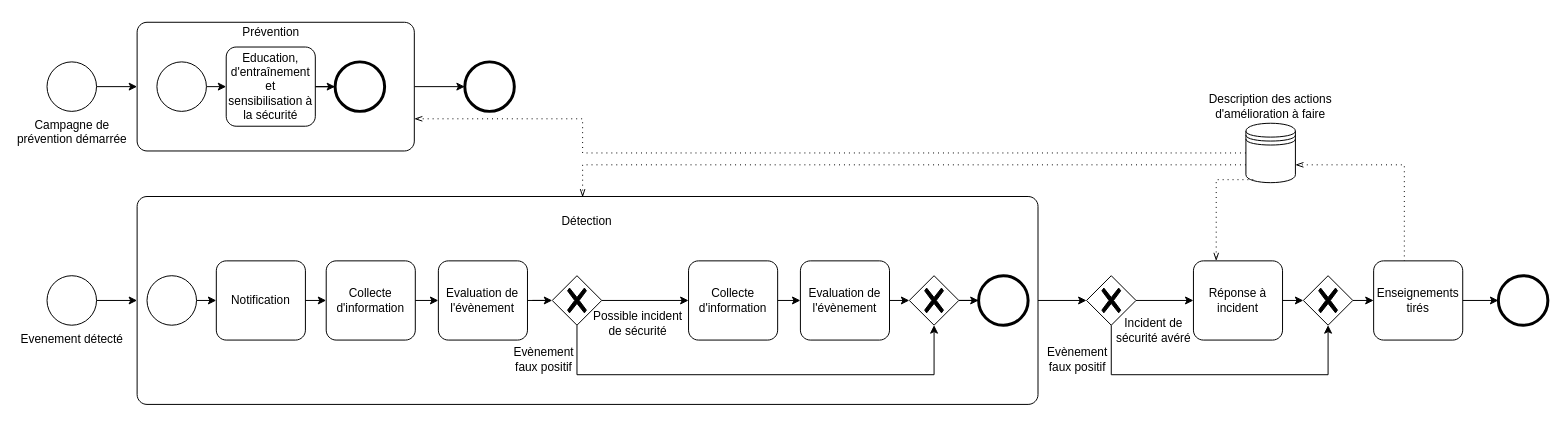
The draw.io diagram standards/ISO27035.drawio in netmme/cyber-diagramme-d-activites, before the edit. Source tidied: cells renumbered, new cells numbered last; positions are measured from the earlier drawing's top-left corner, leaving out a move shared by most shapes. Both pictures are drawn from the tidied source at 99%, with x=0, y=0 at pixel (47, 17).
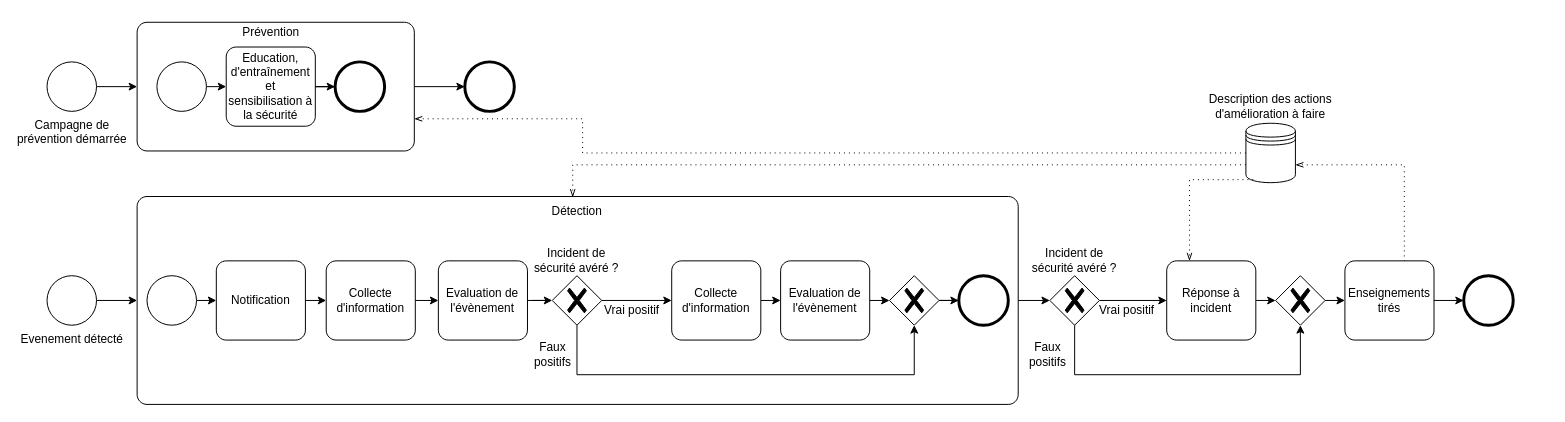
The same page after the edit.

Commit message:
correction xou

Unchanged cells that the change refers to:
```xml
<mxCell id="22" style="points=[[0.25,0.25,0],[0.5,0,0],[0.75,0.25,0],[1,0.5,0],[0.75,0.75,0],[0.5,1,0],[0.25,0.75,0],[0,0.5,0]];shape=mxgraph.bpmn.gateway2;html=1;verticalLabelPosition=bottom;labelBackgroundColor=#ffffff;verticalAlign=top;align=center;perimeter=rhombusPerimeter;outlineConnect=0;outline=none;symbol=none;gwType=exclusive;" parent="1" vertex="1">
  <mxGeometry x="510.3" y="261" width="50" height="50" as="geometry" />
</mxCell>
<mxCell id="40" style="shape=datastore;html=1;labelPosition=center;verticalLabelPosition=bottom;align=center;verticalAlign=top;" parent="1" vertex="1">
  <mxGeometry x="1211" y="107" width="50" height="60" as="geometry" />
</mxCell>
```

The edit, as a diff of the source:
```diff
@@
     <mxCell id="5" style="points=[[0.25,0,0],[0.5,0,0],[0.75,0,0],[1,0.25,0],[1,0.5,0],[1,0.75,0],[0.75,1,0],[0.5,1,0],[0.25,1,0],[0,0.75,0],[0,0.5,0],[0,0.25,0]];shape=mxgraph.bpmn.task;whiteSpace=wrap;rectStyle=rounded;size=10;html=1;taskMarker=abstract;" parent="1" vertex="1">
-      <mxGeometry x="91" y="181" width="910" height="210" as="geometry" />
+      <mxGeometry x="91" y="181" width="890" height="210" as="geometry" />
     </mxCell>
@@
     <mxCell id="9" style="points=[[0.25,0.25,0],[0.5,0,0],[0.75,0.25,0],[1,0.5,0],[0.75,0.75,0],[0.5,1,0],[0.25,0.75,0],[0,0.5,0]];shape=mxgraph.bpmn.gateway2;html=1;verticalLabelPosition=bottom;labelBackgroundColor=#ffffff;verticalAlign=top;align=center;perimeter=rhombusPerimeter;outlineConnect=0;outline=none;symbol=none;gwType=exclusive;" parent="1" vertex="1">
-      <mxGeometry x="871" y="261" width="50" height="50" as="geometry" />
+      <mxGeometry x="851" y="261" width="50" height="50" as="geometry" />
     </mxCell>
@@
     <mxCell id="11" style="points=[[0.25,0.25,0],[0.5,0,0],[0.75,0.25,0],[1,0.5,0],[0.75,0.75,0],[0.5,1,0],[0.25,0.75,0],[0,0.5,0]];shape=mxgraph.bpmn.gateway2;html=1;verticalLabelPosition=bottom;labelBackgroundColor=#ffffff;verticalAlign=top;align=center;perimeter=rhombusPerimeter;outlineConnect=0;outline=none;symbol=none;gwType=exclusive;" parent="1" vertex="1">
-      <mxGeometry x="1269" y="261" width="50" height="50" as="geometry" />
+      <mxGeometry x="1241" y="261" width="50" height="50" as="geometry" />
     </mxCell>
     <mxCell id="12" style="edgeStyle=orthogonalEdgeStyle;rounded=0;jettySize=auto;html=1;exitX=0.5;exitY=1;exitDx=0;exitDy=0;exitPerimeter=0;entryX=0.5;entryY=1;entryDx=0;entryDy=0;entryPerimeter=0;" parent="1" edge="1" source="22" target="9">
       <mxGeometry relative="1" as="geometry">
         <Array as="points">
           <mxPoint x="535" y="361" />
-          <mxPoint x="896" y="361" />
+          <mxPoint x="876" y="361" />
         </Array>
       </mxGeometry>
     </mxCell>
     <mxCell id="13" style="points=[[0.145,0.145,0],[0.5,0,0],[0.855,0.145,0],[1,0.5,0],[0.855,0.855,0],[0.5,1,0],[0.145,0.855,0],[0,0.5,0]];shape=mxgraph.bpmn.event;html=1;verticalLabelPosition=bottom;labelBackgroundColor=#ffffff;verticalAlign=top;align=center;perimeter=ellipsePerimeter;outlineConnect=0;outline=end;symbol=terminate2;" parent="1" vertex="1">
-      <mxGeometry x="1466" y="261" width="50" height="50" as="geometry" />
+      <mxGeometry x="1431" y="261" width="50" height="50" as="geometry" />
     </mxCell>
@@
     <mxCell id="17" value="Détection" style="text;html=1;strokeColor=none;fillColor=none;align=center;verticalAlign=middle;whiteSpace=wrap;rounded=0;" parent="1" vertex="1">
-      <mxGeometry x="515.3" y="191" width="61.4" height="30" as="geometry" />
+      <mxGeometry x="505.3" y="181" width="61.4" height="30" as="geometry" />
     </mxCell>
@@
     <mxCell id="19" value="Evaluation de l'évènement" style="points=[[0.25,0,0],[0.5,0,0],[0.75,0,0],[1,0.25,0],[1,0.5,0],[1,0.75,0],[0.75,1,0],[0.5,1,0],[0.25,1,0],[0,0.75,0],[0,0.5,0],[0,0.25,0]];shape=mxgraph.bpmn.task;whiteSpace=wrap;rectStyle=rounded;size=10;html=1;taskMarker=abstract;" parent="1" vertex="1">
-      <mxGeometry x="761" y="246" width="90" height="80" as="geometry" />
+      <mxGeometry x="741" y="246" width="90" height="80" as="geometry" />
     </mxCell>
@@
     <mxCell id="21" value="Collecte d'information" style="points=[[0.25,0,0],[0.5,0,0],[0.75,0,0],[1,0.25,0],[1,0.5,0],[1,0.75,0],[0.75,1,0],[0.5,1,0],[0.25,1,0],[0,0.75,0],[0,0.5,0],[0,0.25,0]];shape=mxgraph.bpmn.task;whiteSpace=wrap;rectStyle=rounded;size=10;html=1;taskMarker=abstract;" parent="1" vertex="1">
-      <mxGeometry x="648" y="246" width="90" height="80" as="geometry" />
+      <mxGeometry x="631" y="246" width="90" height="80" as="geometry" />
     </mxCell>
@@
-    <mxCell id="24" value="&lt;div&gt;Possible incident de sécurité&lt;/div&gt;" style="text;html=1;strokeColor=none;fillColor=none;align=center;verticalAlign=middle;whiteSpace=wrap;rounded=0;" parent="1" vertex="1">
-      <mxGeometry x="547" y="294" width="100" height="30" as="geometry" />
+    <mxCell id="24" value="Vrai positif" style="text;html=1;strokeColor=none;fillColor=none;align=center;verticalAlign=middle;whiteSpace=wrap;rounded=0;" parent="1" vertex="1">
+      <mxGeometry x="541" y="281" width="100" height="30" as="geometry" />
     </mxCell>
@@
-    <mxCell id="33" value="Evènement faux positif" style="text;html=1;strokeColor=none;fillColor=none;align=center;verticalAlign=middle;whiteSpace=wrap;rounded=0;" parent="1" vertex="1">
-      <mxGeometry x="472" y="331" width="60" height="30" as="geometry" />
+    <mxCell id="33" value="Faux positifs" style="text;html=1;strokeColor=none;fillColor=none;align=center;verticalAlign=middle;whiteSpace=wrap;rounded=0;" parent="1" vertex="1">
+      <mxGeometry x="481" y="326" width="60" height="30" as="geometry" />
     </mxCell>
-    <mxCell id="34" value="Evènement faux positif" style="text;html=1;strokeColor=none;fillColor=none;align=center;verticalAlign=middle;whiteSpace=wrap;rounded=0;" parent="1" vertex="1">
-      <mxGeometry x="1011" y="331" width="60" height="30" as="geometry" />
-    </mxCell>
-    <mxCell id="35" value="Incident de sécurité avéré" style="text;html=1;strokeColor=none;fillColor=none;align=center;verticalAlign=middle;whiteSpace=wrap;rounded=0;" parent="1" vertex="1">
-      <mxGeometry x="1078" y="300.5" width="80" height="30" as="geometry" />
-    </mxCell>
     <mxCell id="36" style="points=[[0.145,0.145,0],[0.5,0,0],[0.855,0.145,0],[1,0.5,0],[0.855,0.855,0],[0.5,1,0],[0.145,0.855,0],[0,0.5,0]];shape=mxgraph.bpmn.event;html=1;verticalLabelPosition=bottom;labelBackgroundColor=#ffffff;verticalAlign=top;align=center;perimeter=ellipsePerimeter;outlineConnect=0;outline=end;symbol=terminate2;" parent="1" vertex="1">
-      <mxGeometry x="941" y="261" width="50" height="50" as="geometry" />
+      <mxGeometry x="921" y="261" width="50" height="50" as="geometry" />
     </mxCell>
     <mxCell id="37" style="edgeStyle=orthogonalEdgeStyle;rounded=0;jettySize=auto;html=1;exitX=0.5;exitY=1;exitDx=0;exitDy=0;exitPerimeter=0;entryX=0.5;entryY=1;entryDx=0;entryDy=0;entryPerimeter=0;" parent="1" edge="1" source="39" target="11">
       <mxGeometry relative="1" as="geometry">
         <Array as="points">
-          <mxPoint x="1075" y="361" />
-          <mxPoint x="1294" y="361" />
+          <mxPoint x="1038" y="361" />
+          <mxPoint x="1266" y="361" />
         </Array>
       </mxGeometry>
     </mxCell>
@@
     <mxCell id="39" style="points=[[0.25,0.25,0],[0.5,0,0],[0.75,0.25,0],[1,0.5,0],[0.75,0.75,0],[0.5,1,0],[0.25,0.75,0],[0,0.5,0]];shape=mxgraph.bpmn.gateway2;html=1;verticalLabelPosition=bottom;labelBackgroundColor=#ffffff;verticalAlign=top;align=center;perimeter=rhombusPerimeter;outlineConnect=0;outline=none;symbol=none;gwType=exclusive;" parent="1" vertex="1">
-      <mxGeometry x="1050" y="261" width="50" height="50" as="geometry" />
+      <mxGeometry x="1013" y="261" width="50" height="50" as="geometry" />
     </mxCell>
@@
     <mxCell id="42" style="edgeStyle=elbowEdgeStyle;fontSize=12;html=1;endFill=0;startFill=0;endSize=6;startSize=6;dashed=1;dashPattern=1 4;endArrow=openThin;startArrow=none;rounded=0;exitX=0;exitY=0.7;exitDx=0;exitDy=0;entryX=0.494;entryY=0.003;entryDx=0;entryDy=0;entryPerimeter=0;" parent="1" edge="1" source="40" target="5">
       <mxGeometry relative="1" as="geometry">
         <Array as="points">
-          <mxPoint x="541" y="165" />
+          <mxPoint x="531" y="165" />
         </Array>
       </mxGeometry>
     </mxCell>
     <mxCell id="43" style="edgeStyle=elbowEdgeStyle;fontSize=12;html=1;endFill=0;startFill=0;endSize=6;startSize=6;dashed=1;dashPattern=1 4;endArrow=openThin;startArrow=none;rounded=0;exitX=0.15;exitY=0.95;exitDx=0;exitDy=0;entryX=0.25;entryY=0;entryDx=0;entryDy=0;exitPerimeter=0;entryPerimeter=0;" parent="1" edge="1" source="40" target="46">
       <mxGeometry relative="1" as="geometry">
         <Array as="points">
+          <mxPoint x="1154" y="195" />
           <mxPoint x="1181" y="195" />
           <mxPoint x="1181" y="205" />
           <mxPoint x="1201" y="207" />
         </Array>
       </mxGeometry>
     </mxCell>
@@
     <mxCell id="46" value="Réponse à incident" style="points=[[0.25,0,0],[0.5,0,0],[0.75,0,0],[1,0.25,0],[1,0.5,0],[1,0.75,0],[0.75,1,0],[0.5,1,0],[0.25,1,0],[0,0.75,0],[0,0.5,0],[0,0.25,0]];shape=mxgraph.bpmn.task;whiteSpace=wrap;rectStyle=rounded;size=10;html=1;taskMarker=abstract;" parent="1" vertex="1">
-      <mxGeometry x="1158" y="246" width="90" height="80" as="geometry" />
+      <mxGeometry x="1131" y="246" width="90" height="80" as="geometry" />
     </mxCell>
@@
     <mxCell id="48" value="Enseignements tirés" style="points=[[0.25,0,0],[0.5,0,0],[0.75,0,0],[1,0.25,0],[1,0.5,0],[1,0.75,0],[0.75,1,0],[0.5,1,0],[0.25,1,0],[0,0.75,0],[0,0.5,0],[0,0.25,0]];shape=mxgraph.bpmn.task;whiteSpace=wrap;rectStyle=rounded;size=10;html=1;taskMarker=abstract;" parent="1" vertex="1">
-      <mxGeometry x="1340" y="246" width="90" height="80" as="geometry" />
+      <mxGeometry x="1311" y="246" width="90" height="80" as="geometry" />
     </mxCell>
@@
+    <mxCell id="58" value="Incident de sécurité avéré ?" style="text;html=1;strokeColor=none;fillColor=none;align=center;verticalAlign=middle;whiteSpace=wrap;rounded=0;" parent="1" vertex="1">
+      <mxGeometry x="487.4" y="231" width="95.7" height="30" as="geometry" />
+    </mxCell>
+    <mxCell id="59" value="Incident de sécurité avéré ?" style="text;html=1;strokeColor=none;fillColor=none;align=center;verticalAlign=middle;whiteSpace=wrap;rounded=0;" parent="1" vertex="1">
+      <mxGeometry x="990.1" y="231" width="95.7" height="30" as="geometry" />
+    </mxCell>
+    <mxCell id="60" value="Faux positifs" style="text;html=1;strokeColor=none;fillColor=none;align=center;verticalAlign=middle;whiteSpace=wrap;rounded=0;" parent="1" vertex="1">
+      <mxGeometry x="981" y="326" width="60" height="30" as="geometry" />
+    </mxCell>
+    <mxCell id="61" value="Vrai positif" style="text;html=1;strokeColor=none;fillColor=none;align=center;verticalAlign=middle;whiteSpace=wrap;rounded=0;" parent="1" vertex="1">
+      <mxGeometry x="1041" y="281" width="100" height="30" as="geometry" />
+    </mxCell>
```
